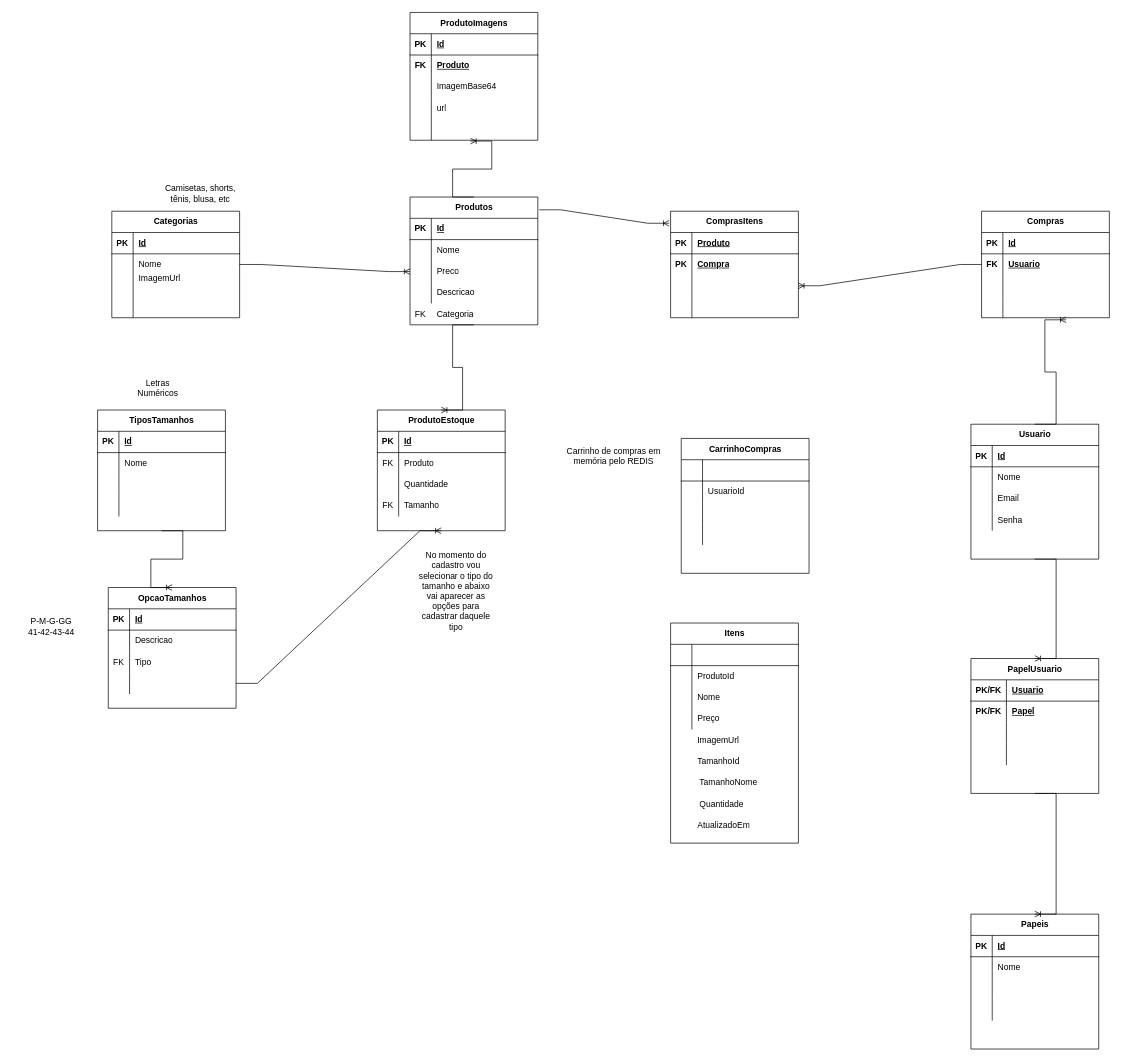
This is DER.drawio from Antonio-Zago/EcommerceModelo, a draw.io file, before an edit. Source tidied: cells renumbered, new cells numbered last; positions are measured from the earlier drawing's top-left corner, leaving out a move shared by most shapes. Both pictures are drawn from the tidied source at 71%, with x=0, y=0 at pixel (12, 12).
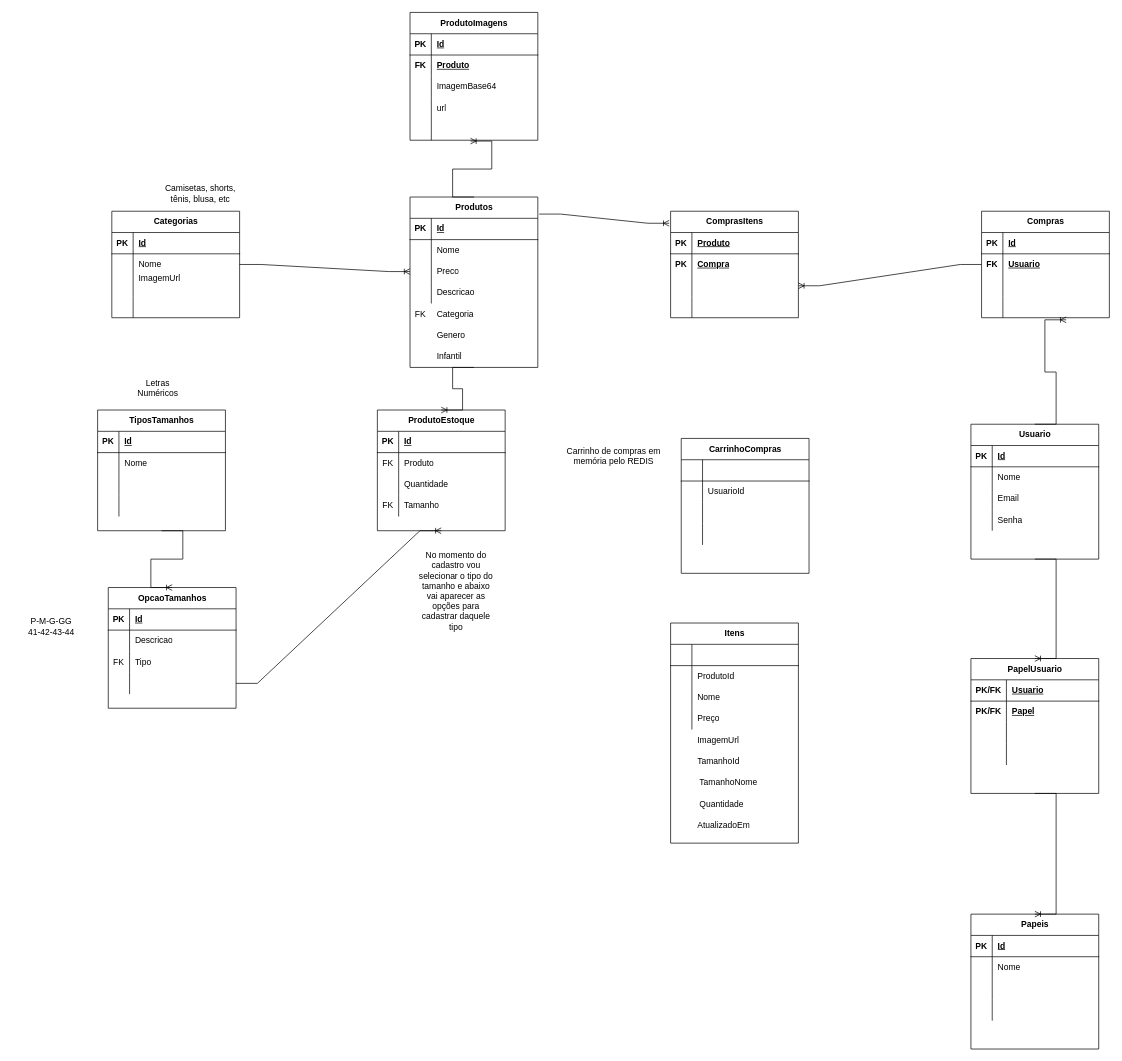
The same diagram, later.

What changed in the source:
```diff
@@
     <mxCell id="2" value="Produtos" style="shape=table;startSize=30;childLayout=tableLayout;rowLines=0;fontStyle=1;align=center;html=1;" parent="1" vertex="1">
-      <mxGeometry x="560" y="260" width="180" height="180" as="geometry" />
+      <mxGeometry x="560" y="260" width="180" height="240" as="geometry" />
     </mxCell>
@@
+    <mxCell id="211" value="Genero" style="shape=partialRectangle;fillColor=none;top=0;left=0;bottom=0;right=0;align=left;spacingLeft=6;overflow=hidden;whiteSpace=wrap;html=1;" parent="1" vertex="1">
+      <mxGeometry x="590" y="440" width="150" height="30" as="geometry" />
+    </mxCell>
+    <mxCell id="212" value="Infantil" style="shape=partialRectangle;fillColor=none;top=0;left=0;bottom=0;right=0;align=left;spacingLeft=6;overflow=hidden;whiteSpace=wrap;html=1;" parent="1" vertex="1">
+      <mxGeometry x="590" y="470" width="150" height="30" as="geometry" />
+    </mxCell>
```
